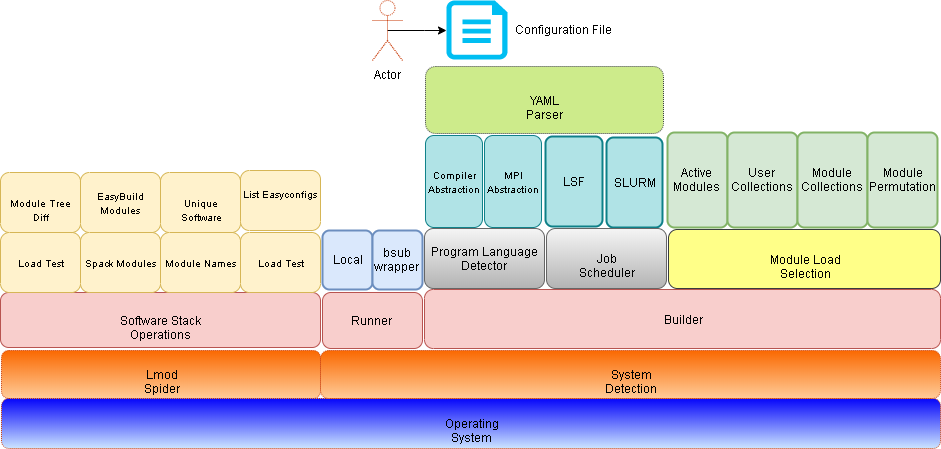
Before: docs/_static/buildtest-architecture.png, a diagram exported from draw.io (buildtesters/buildtest). Source tidied: cells renumbered, new cells last; positions are measured from the earlier drawing's top-left corner, leaving out a move shared by most shapes.
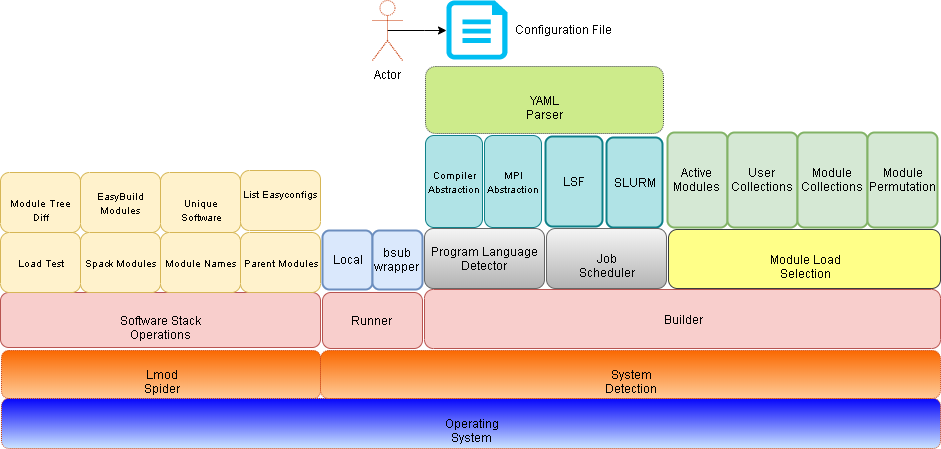
The same diagram one commit later.

Change to the diagram source:
```diff
@@ -62,7 +62,7 @@
     <mxCell id="21" value="&lt;font style=&quot;font-size: 10px&quot;&gt;Module Names&lt;/font&gt;" style="rounded=1;whiteSpace=wrap;html=1;flipV=1;flipH=1;fillColor=#fff2cc;strokeColor=#d6b656;" parent="1" vertex="1">
       <mxGeometry x="160" y="232" width="80" height="60" as="geometry" />
     </mxCell>
-    <mxCell id="22" value="&lt;font style=&quot;font-size: 10px&quot;&gt;Load Test&lt;/font&gt;" style="rounded=1;whiteSpace=wrap;html=1;flipV=1;flipH=1;fillColor=#fff2cc;strokeColor=#d6b656;" parent="1" vertex="1">
+    <mxCell id="22" value="&lt;span style=&quot;font-size: 10px&quot;&gt;Parent Modules&lt;/span&gt;" style="rounded=1;whiteSpace=wrap;html=1;flipV=1;flipH=1;fillColor=#fff2cc;strokeColor=#d6b656;" parent="1" vertex="1">
       <mxGeometry x="240" y="232" width="80" height="60" as="geometry" />
     </mxCell>
     <mxCell id="23" value="&lt;font style=&quot;font-size: 10px&quot;&gt;List Easyconfigs&lt;/font&gt;" style="rounded=1;whiteSpace=wrap;html=1;flipV=1;flipH=1;fillColor=#fff2cc;strokeColor=#d6b656;" parent="1" vertex="1">
```
